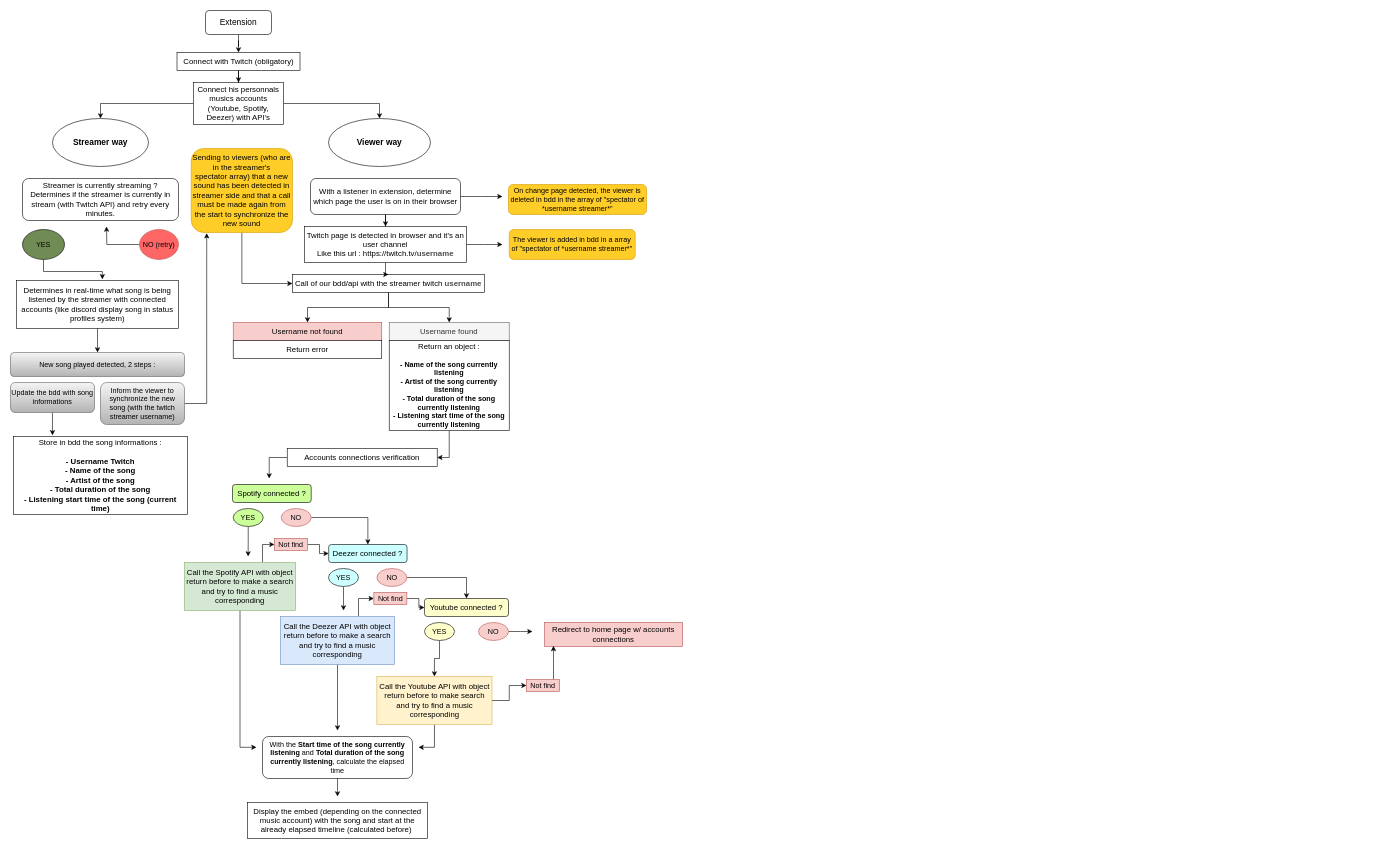
Earlier version of the draw.io diagram Untitled Diagram.drawio (Alex-Pqn/musictwitchprojetmap). Source tidied: cells renumbered, new cells numbered last; positions are measured from the earlier drawing's top-left corner, leaving out a move shared by most shapes. Both pictures are drawn from the tidied source at 60%, with x=0, y=0 at pixel (10, 10).
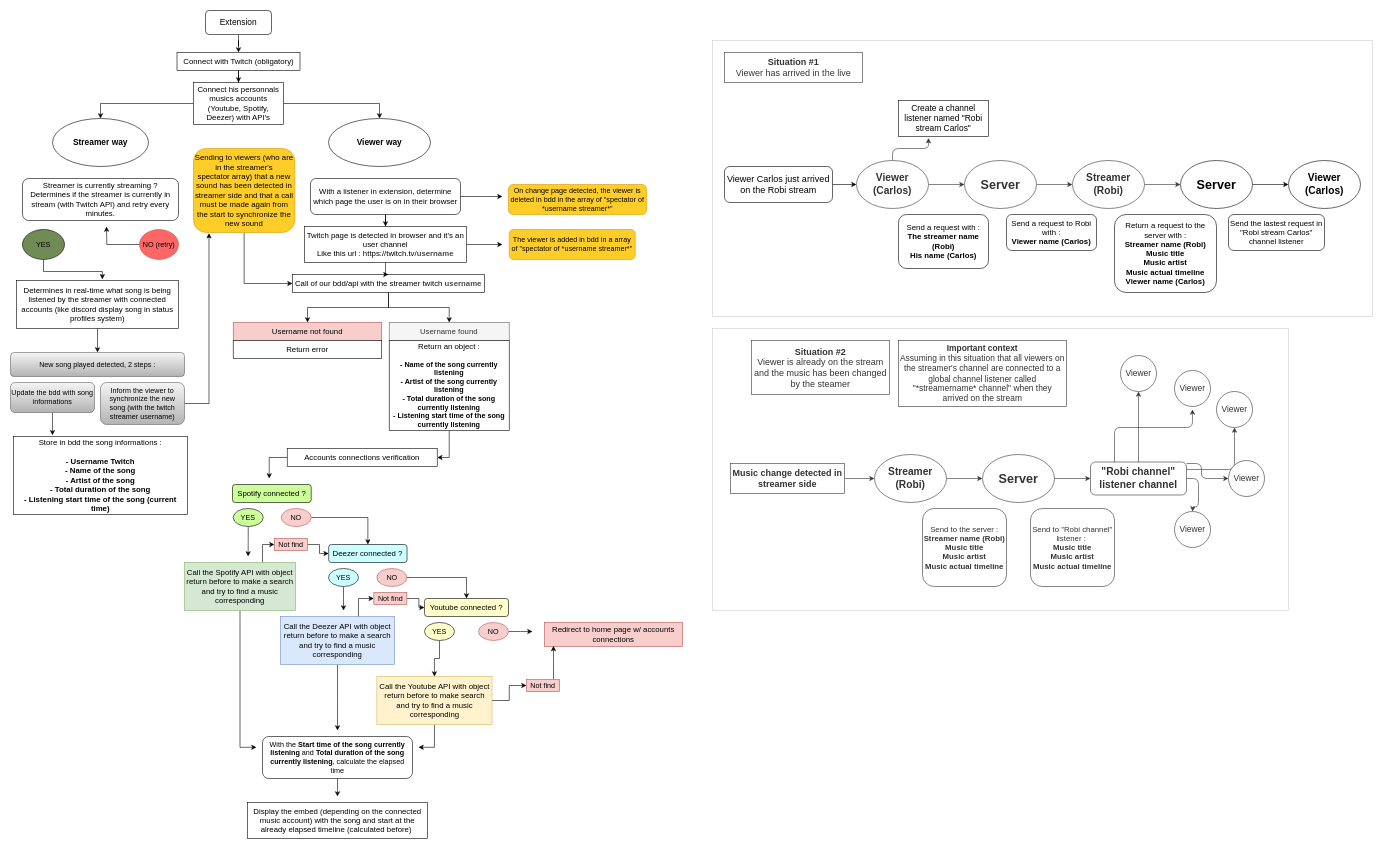
The same diagram, later.

The edit, as a diff of the source:
```diff
@@
     <mxCell id="73" value="&lt;div style=&quot;font-size: 13px&quot;&gt;&lt;font style=&quot;font-size: 13px&quot;&gt;Sending to viewers (who are in the streamer's spectator&lt;/font&gt;&lt;span&gt;&amp;nbsp;array) that a new sound has been detected in streamer side and that a call must be made again from the start to synchronize the new sound&lt;/span&gt;&lt;/div&gt;" style="rounded=1;whiteSpace=wrap;html=1;fillColor=#ffcd28;strokeColor=#d79b00;" parent="1" vertex="1">
-      <mxGeometry x="301.2" y="230" width="168.8" height="140" as="geometry" />
+      <mxGeometry x="305" y="230" width="168.8" height="140" as="geometry" />
     </mxCell>
@@
+    <mxCell id="79" style="edgeStyle=orthogonalEdgeStyle;rounded=1;jettySize=auto;html=1;entryX=0;entryY=0.5;entryDx=0;entryDy=0;" parent="1" edge="1" source="80" target="89">
+      <mxGeometry relative="1" as="geometry" />
+    </mxCell>
+    <mxCell id="80" value="&lt;font size=&quot;1&quot;&gt;&lt;b style=&quot;font-size: 17px&quot;&gt;Streamer&lt;br&gt;(Robi)&lt;br&gt;&lt;/b&gt;&lt;/font&gt;" style="ellipse;whiteSpace=wrap;html=1;" parent="1" vertex="1">
+      <mxGeometry x="1770" y="250" width="120" height="80" as="geometry" />
+    </mxCell>
+    <mxCell id="81" style="edgeStyle=orthogonalEdgeStyle;rounded=1;jettySize=auto;html=1;entryX=0;entryY=0.5;entryDx=0;entryDy=0;" parent="1" edge="1" source="83" target="85">
+      <mxGeometry relative="1" as="geometry" />
+    </mxCell>
+    <mxCell id="82" style="edgeStyle=orthogonalEdgeStyle;rounded=1;jettySize=auto;html=1;entryX=0.333;entryY=1.043;entryDx=0;entryDy=0;entryPerimeter=0;" parent="1" edge="1" source="83" target="97">
+      <mxGeometry relative="1" as="geometry" />
+    </mxCell>
+    <mxCell id="83" value="&lt;font size=&quot;1&quot;&gt;&lt;b style=&quot;font-size: 17px&quot;&gt;Viewer&lt;br&gt;(Carlos)&lt;br&gt;&lt;/b&gt;&lt;/font&gt;" style="ellipse;whiteSpace=wrap;html=1;" parent="1" vertex="1">
+      <mxGeometry x="1410" y="250" width="120" height="80" as="geometry" />
+    </mxCell>
+    <mxCell id="84" style="edgeStyle=orthogonalEdgeStyle;rounded=1;jettySize=auto;html=1;entryX=0;entryY=0.5;entryDx=0;entryDy=0;" parent="1" edge="1" source="85" target="80">
+      <mxGeometry relative="1" as="geometry" />
+    </mxCell>
+    <mxCell id="85" value="&lt;font size=&quot;1&quot;&gt;&lt;b style=&quot;font-size: 21px&quot;&gt;Server&lt;/b&gt;&lt;/font&gt;" style="ellipse;whiteSpace=wrap;html=1;" parent="1" vertex="1">
+      <mxGeometry x="1590" y="250" width="120" height="80" as="geometry" />
+    </mxCell>
+    <mxCell id="86" value="&lt;font style=&quot;font-size: 15px&quot;&gt;&lt;b&gt;Situation #1&lt;/b&gt;&lt;br&gt;Viewer has arrived in the live&lt;/font&gt;" style="rounded=0;whiteSpace=wrap;html=1;" parent="1" vertex="1">
+      <mxGeometry x="1190" y="70" width="230" height="50" as="geometry" />
+    </mxCell>
+    <mxCell id="87" style="rounded=0;whiteSpace=wrap;html=1;opacity=20;" parent="1" vertex="1">
+      <mxGeometry x="1170" y="50" width="1100" height="460" as="geometry" />
+    </mxCell>
+    <mxCell id="88" style="edgeStyle=orthogonalEdgeStyle;rounded=1;jettySize=auto;html=1;entryX=0;entryY=0.5;entryDx=0;entryDy=0;" parent="1" edge="1" source="89" target="90">
+      <mxGeometry relative="1" as="geometry" />
+    </mxCell>
+    <mxCell id="89" value="&lt;font size=&quot;1&quot;&gt;&lt;b style=&quot;font-size: 21px&quot;&gt;Server&lt;/b&gt;&lt;/font&gt;" style="ellipse;whiteSpace=wrap;html=1;" parent="1" vertex="1">
+      <mxGeometry x="1950" y="250" width="120" height="80" as="geometry" />
+    </mxCell>
+    <mxCell id="90" value="&lt;font size=&quot;1&quot;&gt;&lt;b style=&quot;font-size: 17px&quot;&gt;Viewer (Carlos)&lt;/b&gt;&lt;/font&gt;" style="ellipse;whiteSpace=wrap;html=1;" parent="1" vertex="1">
+      <mxGeometry x="2130" y="250" width="120" height="80" as="geometry" />
+    </mxCell>
+    <mxCell id="91" value="&lt;font style=&quot;font-size: 13px&quot;&gt;Send a request with :&lt;b&gt;&lt;br&gt;The streamer name (Robi)&lt;br&gt;His name (Carlos)&lt;/b&gt;&lt;br&gt;&lt;/font&gt;" style="rounded=1;whiteSpace=wrap;html=1;" parent="1" vertex="1">
+      <mxGeometry x="1480" y="340" width="150" height="90" as="geometry" />
+    </mxCell>
+    <mxCell id="92" value="&lt;font style=&quot;font-size: 13px&quot;&gt;Return a request to the server with :&lt;br&gt;&lt;b&gt;Streamer name (Robi)&lt;br&gt;Music title&lt;br&gt;Music artist&lt;br&gt;Music actual timeline&lt;br&gt;Viewer name (Carlos)&lt;/b&gt;&lt;br&gt;&lt;/font&gt;" style="rounded=1;whiteSpace=wrap;html=1;" parent="1" vertex="1">
+      <mxGeometry x="1840" y="340" width="170" height="130" as="geometry" />
+    </mxCell>
+    <mxCell id="93" value="&lt;font style=&quot;font-size: 13px&quot;&gt;Send the lastest request in &quot;Robi stream Carlos&quot; channel listener&lt;br&gt;&lt;/font&gt;" style="rounded=1;whiteSpace=wrap;html=1;" parent="1" vertex="1">
+      <mxGeometry x="2030" y="340" width="160" height="60" as="geometry" />
+    </mxCell>
+    <mxCell id="94" style="edgeStyle=orthogonalEdgeStyle;rounded=1;jettySize=auto;html=1;entryX=0;entryY=0.5;entryDx=0;entryDy=0;" parent="1" edge="1" source="95" target="83">
+      <mxGeometry relative="1" as="geometry" />
+    </mxCell>
+    <mxCell id="95" value="&lt;font style=&quot;font-size: 15px&quot;&gt;Viewer Carlos just arrived on the Robi stream&lt;/font&gt;" style="rounded=1;whiteSpace=wrap;html=1;" parent="1" vertex="1">
+      <mxGeometry x="1190" y="260" width="180" height="60" as="geometry" />
+    </mxCell>
+    <mxCell id="96" value="&lt;font&gt;&lt;font style=&quot;font-size: 13px&quot;&gt;Send a request to Robi with :&lt;br&gt;&lt;/font&gt;&lt;b style=&quot;font-size: 13px&quot;&gt;Viewer &lt;font style=&quot;font-size: 13px&quot;&gt;name &lt;/font&gt;(Carlos)&lt;/b&gt;&lt;br&gt;&lt;/font&gt;" style="rounded=1;whiteSpace=wrap;html=1;" parent="1" vertex="1">
+      <mxGeometry x="1660" y="340" width="150" height="60" as="geometry" />
+    </mxCell>
+    <mxCell id="97" value="&lt;font style=&quot;font-size: 14px&quot;&gt;Create a channel listener named &quot;Robi stream Carlos&quot;&lt;/font&gt;" style="rounded=0;whiteSpace=wrap;html=1;" parent="1" vertex="1">
+      <mxGeometry x="1480" y="150" width="150" height="60" as="geometry" />
+    </mxCell>
+    <mxCell id="98" style="edgeStyle=orthogonalEdgeStyle;rounded=1;jettySize=auto;html=1;entryX=0;entryY=0.5;entryDx=0;entryDy=0;" parent="1" edge="1" source="99" target="101">
+      <mxGeometry relative="1" as="geometry" />
+    </mxCell>
+    <mxCell id="99" value="&lt;font size=&quot;1&quot;&gt;&lt;b style=&quot;font-size: 17px&quot;&gt;Streamer&lt;br&gt;(Robi)&lt;br&gt;&lt;/b&gt;&lt;/font&gt;" style="ellipse;whiteSpace=wrap;html=1;" parent="1" vertex="1">
+      <mxGeometry x="1440" y="740" width="120" height="80" as="geometry" />
+    </mxCell>
+    <mxCell id="100" style="edgeStyle=orthogonalEdgeStyle;rounded=1;jettySize=auto;html=1;entryX=0;entryY=0.5;entryDx=0;entryDy=0;" parent="1" edge="1" source="101" target="112">
+      <mxGeometry relative="1" as="geometry" />
+    </mxCell>
+    <mxCell id="101" value="&lt;font size=&quot;1&quot;&gt;&lt;b style=&quot;font-size: 21px&quot;&gt;Server&lt;/b&gt;&lt;/font&gt;" style="ellipse;whiteSpace=wrap;html=1;" parent="1" vertex="1">
+      <mxGeometry x="1620" y="740" width="120" height="80" as="geometry" />
+    </mxCell>
+    <mxCell id="102" value="&lt;font style=&quot;font-size: 13px&quot;&gt;Send to the server :&lt;br&gt;&lt;b&gt;Streamer name (Robi)&lt;br&gt;Music title&lt;br&gt;Music artist&lt;br&gt;Music actual timeline&lt;/b&gt;&lt;br&gt;&lt;/font&gt;" style="rounded=1;whiteSpace=wrap;html=1;" parent="1" vertex="1">
+      <mxGeometry x="1520" y="830" width="140" height="130" as="geometry" />
+    </mxCell>
+    <mxCell id="103" value="&lt;font style=&quot;font-size: 15px&quot;&gt;&lt;b&gt;Situation #2&lt;/b&gt;&lt;br&gt;Viewer is already on the stream and the music has been changed by the steamer&lt;/font&gt;" style="rounded=0;whiteSpace=wrap;html=1;" parent="1" vertex="1">
+      <mxGeometry x="1235" y="550" width="230" height="90" as="geometry" />
+    </mxCell>
+    <mxCell id="104" value="&lt;div style=&quot;font-size: 14px&quot;&gt;&lt;b&gt;&lt;font style=&quot;font-size: 14px&quot;&gt;Important context&lt;/font&gt;&lt;/b&gt;&lt;/div&gt;&lt;div style=&quot;font-size: 14px&quot;&gt;&lt;font style=&quot;font-size: 14px&quot;&gt;&lt;font style=&quot;font-size: 14px&quot;&gt;Assuming in this situation that all viewers on the streamer's channel are connected to a global channel listener called &quot;*streamername* channel&quot;&amp;nbsp;&lt;/font&gt;when they arrived on the stream&lt;/font&gt;&lt;/div&gt;" style="rounded=0;whiteSpace=wrap;html=1;" parent="1" vertex="1">
+      <mxGeometry x="1480" y="550" width="280" height="110" as="geometry" />
+    </mxCell>
+    <mxCell id="105" style="edgeStyle=orthogonalEdgeStyle;rounded=1;jettySize=auto;html=1;entryX=0;entryY=0.5;entryDx=0;entryDy=0;" parent="1" edge="1" source="106" target="99">
+      <mxGeometry relative="1" as="geometry" />
+    </mxCell>
+    <mxCell id="106" value="&lt;font size=&quot;1&quot;&gt;&lt;b style=&quot;font-size: 15px&quot;&gt;Music change detected in streamer side&lt;/b&gt;&lt;/font&gt;" style="rounded=0;whiteSpace=wrap;html=1;" parent="1" vertex="1">
+      <mxGeometry x="1200" y="755" width="190" height="50" as="geometry" />
+    </mxCell>
+    <mxCell id="107" style="edgeStyle=orthogonalEdgeStyle;rounded=1;jettySize=auto;html=1;" parent="1" edge="1" source="112">
+      <mxGeometry relative="1" as="geometry">
+        <mxPoint x="2030" y="780" as="targetPoint" />
+        <Array as="points">
+          <mxPoint x="1985" y="755" />
+          <mxPoint x="1985" y="780" />
+        </Array>
+      </mxGeometry>
+    </mxCell>
+    <mxCell id="108" style="edgeStyle=orthogonalEdgeStyle;rounded=1;jettySize=auto;html=1;" parent="1" edge="1" source="112">
+      <mxGeometry relative="1" as="geometry">
+        <mxPoint x="1970" y="835" as="targetPoint" />
+      </mxGeometry>
+    </mxCell>
+    <mxCell id="109" style="edgeStyle=orthogonalEdgeStyle;rounded=1;jettySize=auto;html=1;" parent="1" edge="1" source="112">
+      <mxGeometry relative="1" as="geometry">
+        <mxPoint x="1970" y="665" as="targetPoint" />
+        <Array as="points">
+          <mxPoint x="1840" y="695" />
+          <mxPoint x="1970" y="695" />
+          <mxPoint x="1970" y="675" />
+        </Array>
+      </mxGeometry>
+    </mxCell>
+    <mxCell id="110" style="edgeStyle=orthogonalEdgeStyle;rounded=1;jettySize=auto;html=1;" parent="1" edge="1" source="112">
+      <mxGeometry relative="1" as="geometry">
+        <mxPoint x="2040" y="695" as="targetPoint" />
+        <Array as="points">
+          <mxPoint x="2040" y="765" />
+          <mxPoint x="2040" y="695" />
+        </Array>
+      </mxGeometry>
+    </mxCell>
+    <mxCell id="111" style="edgeStyle=orthogonalEdgeStyle;rounded=1;jettySize=auto;html=1;" parent="1" edge="1" source="112">
+      <mxGeometry relative="1" as="geometry">
+        <mxPoint x="1880" y="635" as="targetPoint" />
+      </mxGeometry>
+    </mxCell>
+    <mxCell id="112" value="&lt;b&gt;&lt;font style=&quot;font-size: 17px&quot;&gt;&quot;Robi channel&quot; listener channel&lt;/font&gt;&lt;/b&gt;" style="rounded=1;whiteSpace=wrap;html=1;" parent="1" vertex="1">
+      <mxGeometry x="1800" y="752.5" width="160" height="55" as="geometry" />
+    </mxCell>
+    <mxCell id="113" value="&lt;font style=&quot;font-size: 13px&quot;&gt;Send to &quot;Robi channel&quot; listener :&amp;nbsp;&lt;b&gt;&lt;br&gt;Music title&lt;br&gt;Music artist&lt;br&gt;Music actual timeline&lt;/b&gt;&lt;br&gt;&lt;/font&gt;" style="rounded=1;whiteSpace=wrap;html=1;" parent="1" vertex="1">
+      <mxGeometry x="1700" y="830" width="140" height="130" as="geometry" />
+    </mxCell>
+    <mxCell id="114" value="&lt;font style=&quot;font-size: 14px&quot;&gt;Viewer&lt;/font&gt;" style="ellipse;whiteSpace=wrap;html=1;" parent="1" vertex="1">
+      <mxGeometry x="1850" y="575" width="60" height="60" as="geometry" />
+    </mxCell>
+    <mxCell id="115" value="&lt;font style=&quot;font-size: 14px&quot;&gt;Viewer&lt;/font&gt;" style="ellipse;whiteSpace=wrap;html=1;" parent="1" vertex="1">
+      <mxGeometry x="2010" y="635" width="60" height="60" as="geometry" />
+    </mxCell>
+    <mxCell id="116" value="&lt;font style=&quot;font-size: 14px&quot;&gt;Viewer&lt;/font&gt;" style="ellipse;whiteSpace=wrap;html=1;" parent="1" vertex="1">
+      <mxGeometry x="1940" y="600" width="60" height="60" as="geometry" />
+    </mxCell>
+    <mxCell id="117" value="&lt;font style=&quot;font-size: 14px&quot;&gt;Viewer&lt;/font&gt;" style="ellipse;whiteSpace=wrap;html=1;" parent="1" vertex="1">
+      <mxGeometry x="1940" y="835" width="60" height="60" as="geometry" />
+    </mxCell>
+    <mxCell id="118" value="&lt;font style=&quot;font-size: 14px&quot;&gt;Viewer&lt;/font&gt;" style="ellipse;whiteSpace=wrap;html=1;" parent="1" vertex="1">
+      <mxGeometry x="2030" y="750" width="60" height="60" as="geometry" />
+    </mxCell>
+    <mxCell id="119" style="rounded=0;whiteSpace=wrap;html=1;opacity=20;" parent="1" vertex="1">
+      <mxGeometry x="1170" y="530" width="960" height="470" as="geometry" />
+    </mxCell>
```
